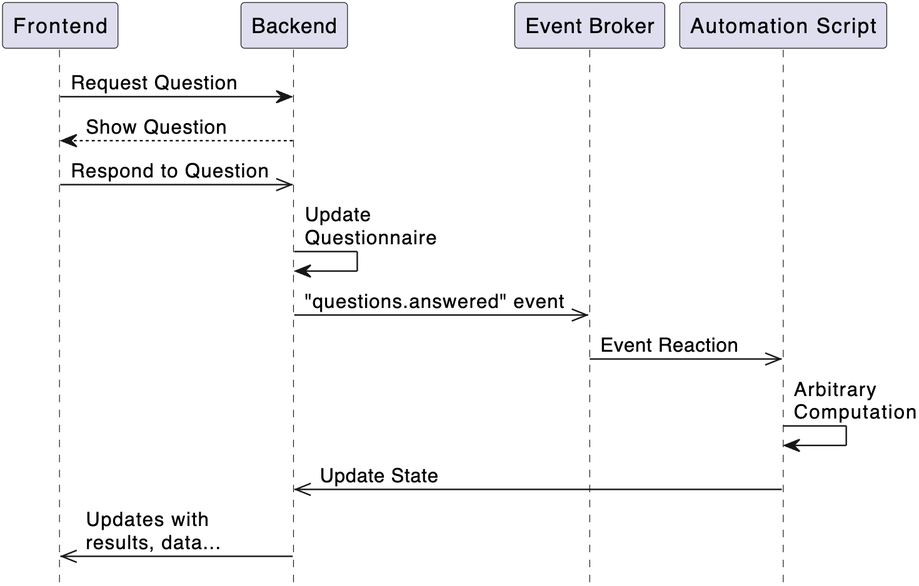
Above: figures/diagrams/sequence-qa.png in pikalab-unibo-students/master-thesis-matteini-ay2324 (PlantUML), before the change. Its source is kept beside it as figures/plantuml/sequence-qa.puml.
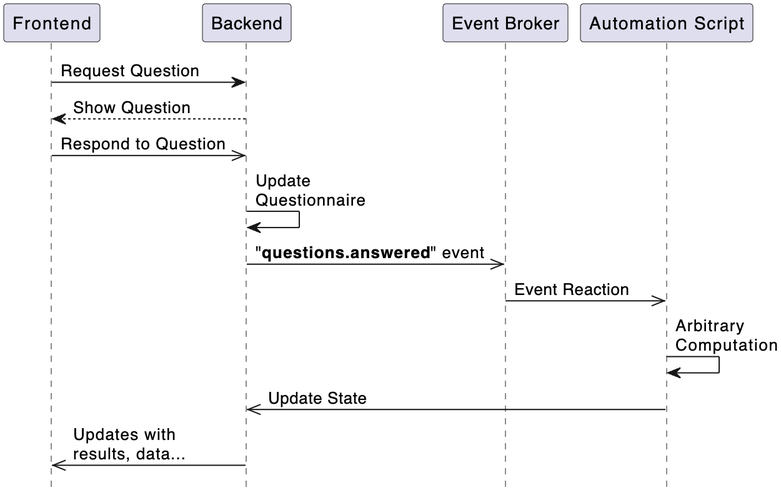
The same diagram one commit later.

What changed in the source:
```diff
@@ -15,7 +15,7 @@
 Frontend ->> Backend: Respond to Question
 Backend -> Backend: Update\nQuestionnaire
 
-Backend ->> Broker: "questions.answered" event
+Backend ->> Broker: "**questions.answered**" event
 Broker ->> Script: Event Reaction
 Script -> Script: Arbitrary\nComputation
 Backend <<- Script: Update State
```
